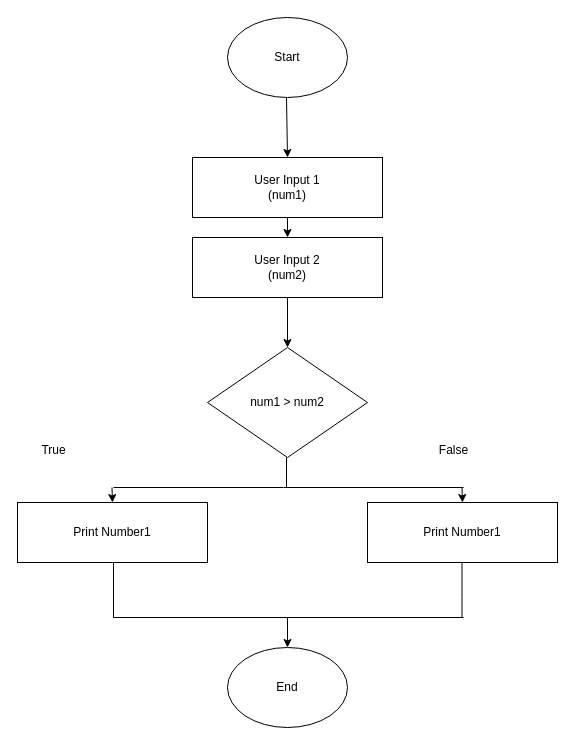
The draw.io diagram Untitled Diagram.drawio in RabbitsAreUs/CS100, before the edit. Source tidied: cells renumbered, new cells numbered last; positions are measured from the earlier drawing's top-left corner, leaving out a move shared by most shapes. Both pictures are drawn from the tidied source at 100%, with x=0, y=0 at pixel (17, 17).
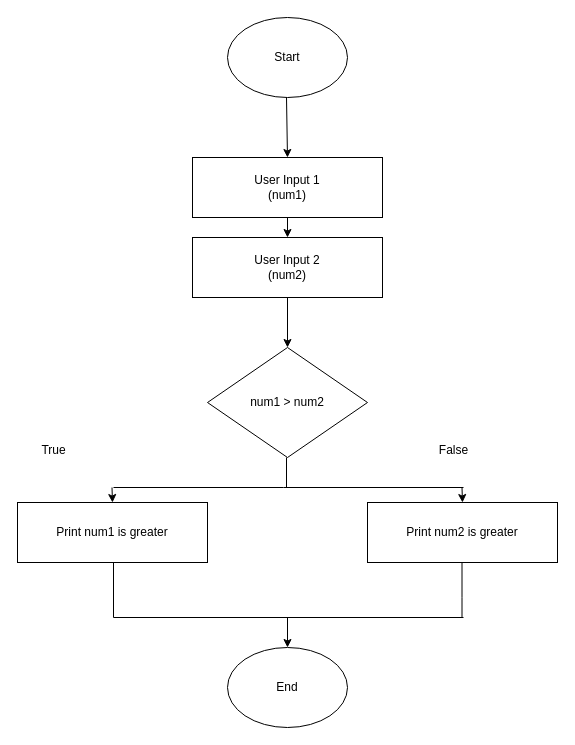
After the change.

The edit, as a diff of the source:
```diff
@@
-    <mxCell id="6" value="Print Number1" style="rounded=0;whiteSpace=wrap;html=1;" parent="1" vertex="1">
+    <mxCell id="6" value="Print num1 is greater" style="rounded=0;whiteSpace=wrap;html=1;" parent="1" vertex="1">
       <mxGeometry y="485" width="190" height="60" as="geometry" />
     </mxCell>
-    <mxCell id="7" value="Print Number1" style="rounded=0;whiteSpace=wrap;html=1;" parent="1" vertex="1">
+    <mxCell id="7" value="Print num2 is greater" style="rounded=0;whiteSpace=wrap;html=1;" parent="1" vertex="1">
       <mxGeometry x="350" y="485" width="190" height="60" as="geometry" />
     </mxCell>
```
